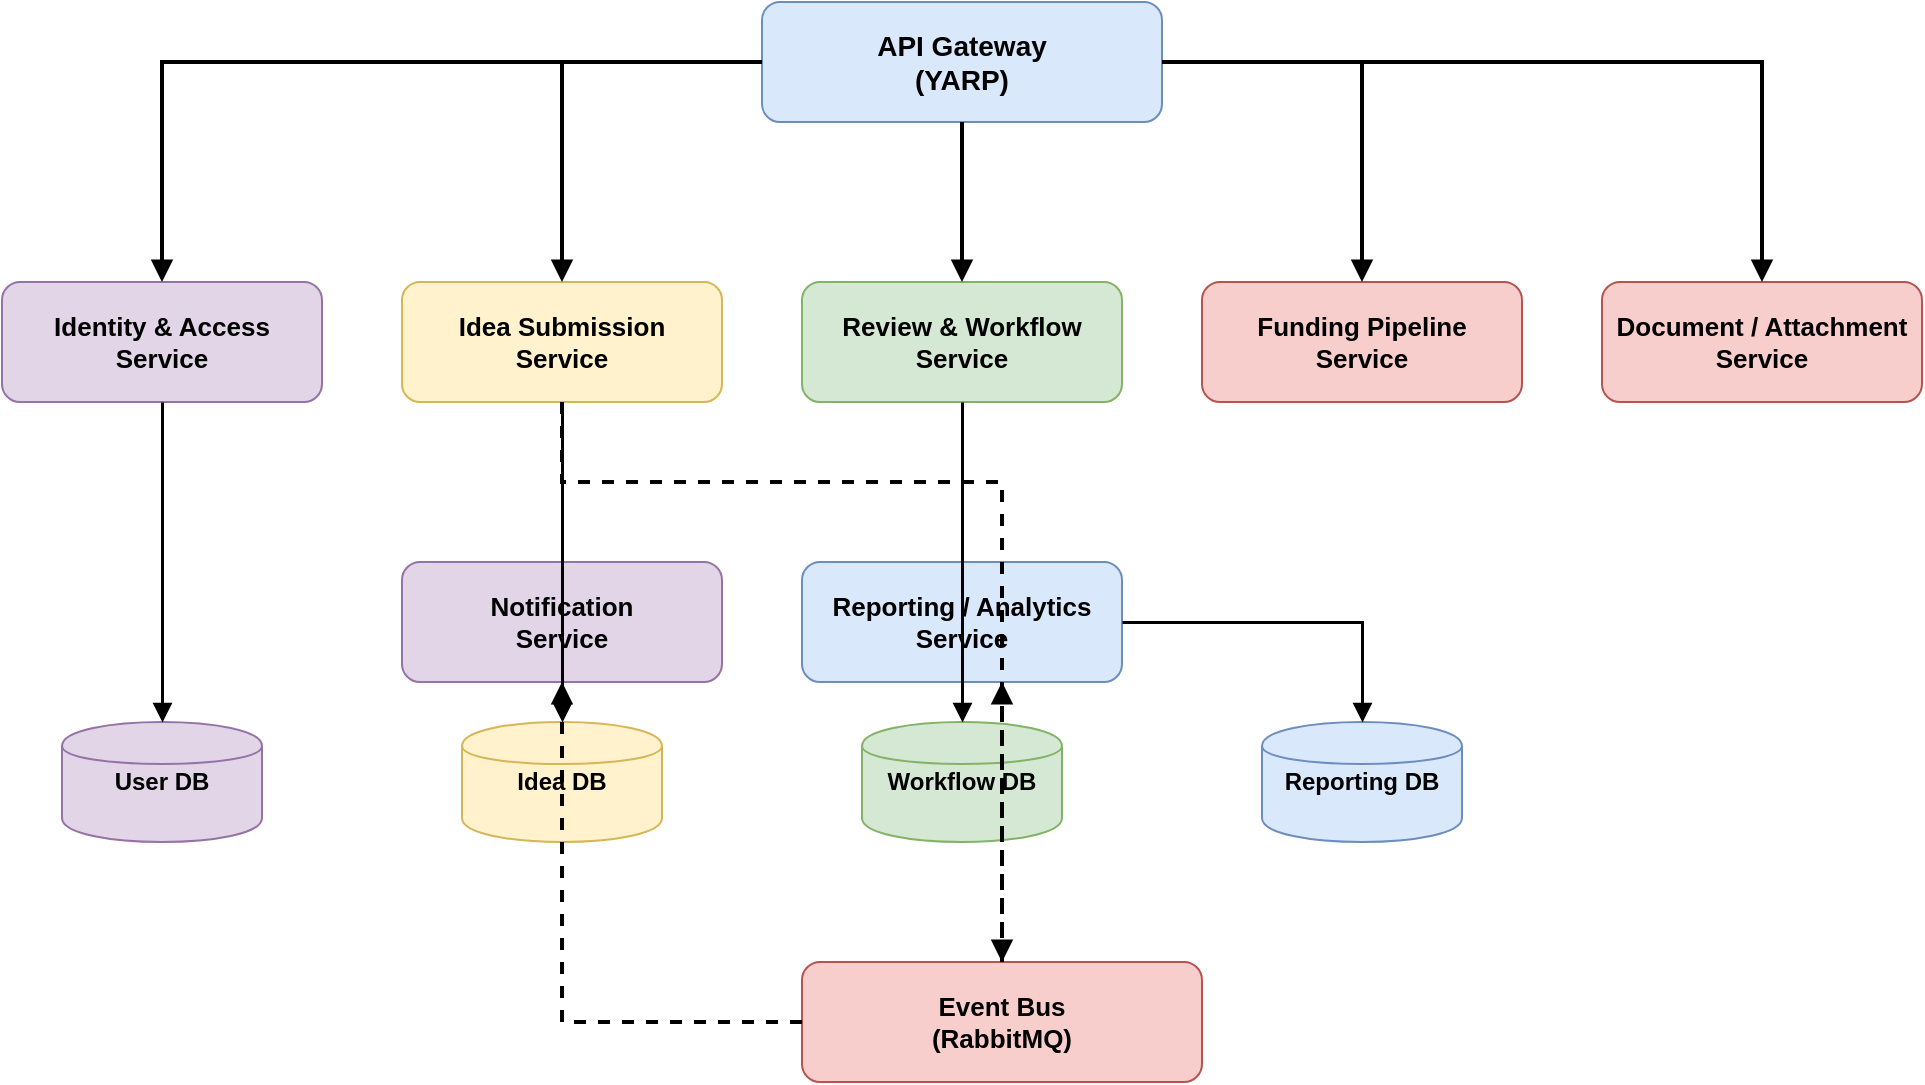
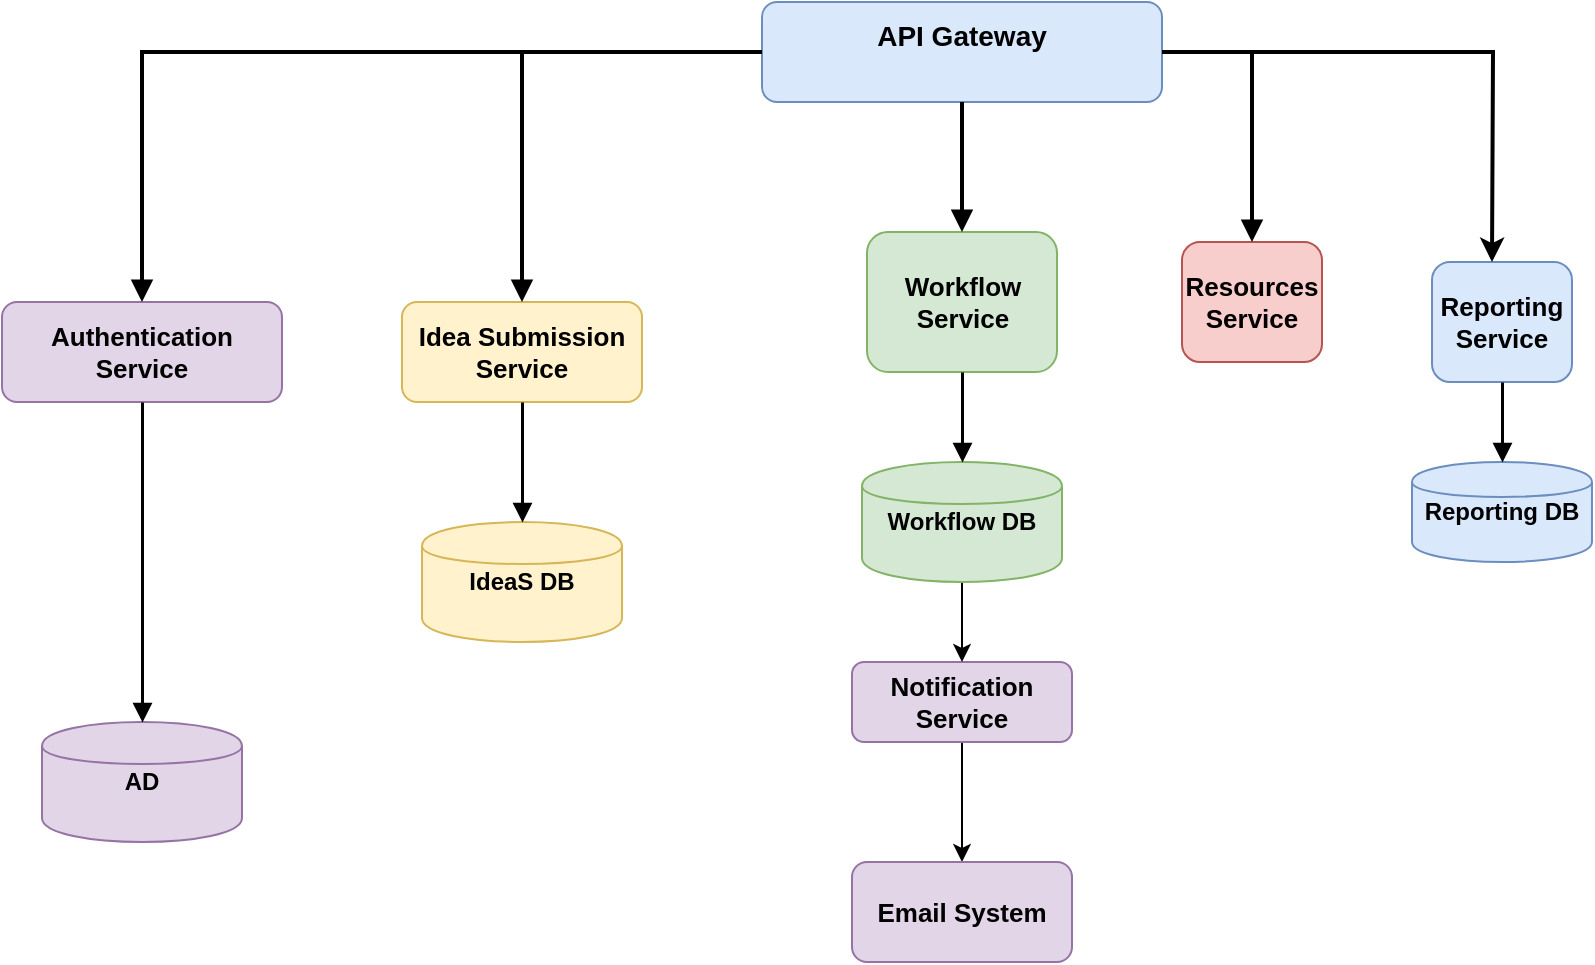
<mxfile host="app.diagrams.net">
  <diagram name="Component Diagram" id="ofJyhm59ttuGTC7J9cs1">
-     <mxGraphModel dx="926" dy="600" grid="1" gridSize="10" guides="1" tooltips="1" connect="1" arrows="1" fold="1" page="1" pageScale="1" pageWidth="850" pageHeight="1100" math="0" shadow="0">
+     <mxGraphModel dx="709" dy="631" grid="1" gridSize="10" guides="1" tooltips="1" connect="1" arrows="1" fold="1" page="1" pageScale="1" pageWidth="850" pageHeight="1100" math="0" shadow="0">
      <root>
        <mxCell id="0" />
        <mxCell id="1" parent="0" />
-         <mxCell id="FVeyp9s3Uj6bQijeIWXI-1" parent="1" style="rounded=1;whiteSpace=wrap;html=1;fillColor=#dae8fc;strokeColor=#6c8ebf;fontSize=14;fontStyle=1;" value="API Gateway&#xa;(YARP)" vertex="1">
-           <mxGeometry height="60" width="200" x="420" y="40" as="geometry" />
+         <mxCell id="FVeyp9s3Uj6bQijeIWXI-1" parent="1" style="rounded=1;whiteSpace=wrap;html=1;fillColor=#dae8fc;strokeColor=#6c8ebf;fontSize=14;fontStyle=1;" value="API Gateway&lt;div&gt;&lt;br/&gt;&lt;/div&gt;" vertex="1">
+           <mxGeometry height="50" width="200" x="420" y="30" as="geometry" />
        </mxCell>
-         <mxCell id="FVeyp9s3Uj6bQijeIWXI-2" parent="1" style="rounded=1;whiteSpace=wrap;html=1;fillColor=#e1d5e7;strokeColor=#9673a6;fontSize=13;fontStyle=1;" value="Identity &amp; Access&#xa;Service" vertex="1">
-           <mxGeometry height="60" width="160" x="40" y="180" as="geometry" />
+         <mxCell id="FVeyp9s3Uj6bQijeIWXI-2" parent="1" style="rounded=1;whiteSpace=wrap;html=1;fillColor=#e1d5e7;strokeColor=#9673a6;fontSize=13;fontStyle=1;" value="Authentication Service" vertex="1">
+           <mxGeometry height="50" width="140" x="40" y="180" as="geometry" />
        </mxCell>
        <mxCell id="FVeyp9s3Uj6bQijeIWXI-3" parent="1" style="rounded=1;whiteSpace=wrap;html=1;fillColor=#fff2cc;strokeColor=#d6b656;fontSize=13;fontStyle=1;" value="Idea Submission&#xa;Service" vertex="1">
-           <mxGeometry height="60" width="160" x="240" y="180" as="geometry" />
+           <mxGeometry height="50" width="120" x="240" y="180" as="geometry" />
        </mxCell>
-         <mxCell id="FVeyp9s3Uj6bQijeIWXI-4" parent="1" style="rounded=1;whiteSpace=wrap;html=1;fillColor=#d5e8d4;strokeColor=#82b366;fontSize=13;fontStyle=1;" value="Review &amp; Workflow&#xa;Service" vertex="1">
-           <mxGeometry height="60" width="160" x="440" y="180" as="geometry" />
+         <mxCell id="FVeyp9s3Uj6bQijeIWXI-4" parent="1" style="rounded=1;whiteSpace=wrap;html=1;fillColor=#d5e8d4;strokeColor=#82b366;fontSize=13;fontStyle=1;" value="Workflow&lt;br&gt;Service" vertex="1">
+           <mxGeometry height="70" width="95" x="472.5" y="145" as="geometry" />
        </mxCell>
-         <mxCell id="FVeyp9s3Uj6bQijeIWXI-5" parent="1" style="rounded=1;whiteSpace=wrap;html=1;fillColor=#f8cecc;strokeColor=#b85450;fontSize=13;fontStyle=1;" value="Funding Pipeline&#xa;Service" vertex="1">
-           <mxGeometry height="60" width="160" x="640" y="180" as="geometry" />
+         <mxCell id="FVeyp9s3Uj6bQijeIWXI-5" parent="1" style="rounded=1;whiteSpace=wrap;html=1;fillColor=#f8cecc;strokeColor=#b85450;fontSize=13;fontStyle=1;" value="Resources Service" vertex="1">
+           <mxGeometry height="60" width="70" x="630" y="150" as="geometry" />
        </mxCell>
-         <mxCell id="FVeyp9s3Uj6bQijeIWXI-6" parent="1" style="rounded=1;whiteSpace=wrap;html=1;fillColor=#f8cecc;strokeColor=#b85450;fontSize=13;fontStyle=1;" value="Document / Attachment&#xa;Service" vertex="1">
-           <mxGeometry height="60" width="160" x="840" y="180" as="geometry" />
+         <mxCell id="BTwBSdXaDdc_FctOBU4h-6" edge="1" parent="1" source="FVeyp9s3Uj6bQijeIWXI-7" style="edgeStyle=orthogonalEdgeStyle;rounded=0;orthogonalLoop=1;jettySize=auto;html=1;" target="BTwBSdXaDdc_FctOBU4h-5" value="">
+           <mxGeometry relative="1" as="geometry" />
        </mxCell>
        <mxCell id="FVeyp9s3Uj6bQijeIWXI-7" parent="1" style="rounded=1;whiteSpace=wrap;html=1;fillColor=#e1d5e7;strokeColor=#9673a6;fontSize=13;fontStyle=1;" value="Notification&#xa;Service" vertex="1">
-           <mxGeometry height="60" width="160" x="240" y="320" as="geometry" />
+           <mxGeometry height="40" width="110" x="465" y="360" as="geometry" />
        </mxCell>
-         <mxCell id="FVeyp9s3Uj6bQijeIWXI-8" parent="1" style="rounded=1;whiteSpace=wrap;html=1;fillColor=#dae8fc;strokeColor=#6c8ebf;fontSize=13;fontStyle=1;" value="Reporting / Analytics&#xa;Service" vertex="1">
-           <mxGeometry height="60" width="160" x="440" y="320" as="geometry" />
+         <mxCell id="FVeyp9s3Uj6bQijeIWXI-8" parent="1" style="rounded=1;whiteSpace=wrap;html=1;fillColor=#dae8fc;strokeColor=#6c8ebf;fontSize=13;fontStyle=1;" value="Reporting Service" vertex="1">
+           <mxGeometry height="60" width="70" x="755" y="160" as="geometry" />
        </mxCell>
-         <mxCell id="FVeyp9s3Uj6bQijeIWXI-9" parent="1" style="shape=cylinder;whiteSpace=wrap;html=1;fillColor=#e1d5e7;strokeColor=#9673a6;fontSize=12;fontStyle=1;" value="User DB" vertex="1">
-           <mxGeometry height="60" width="100" x="70" y="400" as="geometry" />
+         <mxCell id="FVeyp9s3Uj6bQijeIWXI-9" parent="1" style="shape=cylinder;whiteSpace=wrap;html=1;fillColor=#e1d5e7;strokeColor=#9673a6;fontSize=12;fontStyle=1;" value="AD" vertex="1">
+           <mxGeometry height="60" width="100" x="60" y="390" as="geometry" />
        </mxCell>
-         <mxCell id="FVeyp9s3Uj6bQijeIWXI-10" parent="1" style="shape=cylinder;whiteSpace=wrap;html=1;fillColor=#fff2cc;strokeColor=#d6b656;fontSize=12;fontStyle=1;" value="Idea DB" vertex="1">
-           <mxGeometry height="60" width="100" x="270" y="400" as="geometry" />
+         <mxCell id="FVeyp9s3Uj6bQijeIWXI-10" parent="1" style="shape=cylinder;whiteSpace=wrap;html=1;fillColor=#fff2cc;strokeColor=#d6b656;fontSize=12;fontStyle=1;" value="IdeaS DB" vertex="1">
+           <mxGeometry height="60" width="100" x="250" y="290" as="geometry" />
+         </mxCell>
+         <mxCell id="BTwBSdXaDdc_FctOBU4h-2" edge="1" parent="1" source="FVeyp9s3Uj6bQijeIWXI-11" style="edgeStyle=orthogonalEdgeStyle;rounded=0;orthogonalLoop=1;jettySize=auto;html=1;" target="FVeyp9s3Uj6bQijeIWXI-7" value="">
+           <mxGeometry relative="1" as="geometry" />
        </mxCell>
        <mxCell id="FVeyp9s3Uj6bQijeIWXI-11" parent="1" style="shape=cylinder;whiteSpace=wrap;html=1;fillColor=#d5e8d4;strokeColor=#82b366;fontSize=12;fontStyle=1;" value="Workflow DB" vertex="1">
-           <mxGeometry height="60" width="100" x="470" y="400" as="geometry" />
+           <mxGeometry height="60" width="100" x="470" y="260" as="geometry" />
        </mxCell>
        <mxCell id="FVeyp9s3Uj6bQijeIWXI-12" parent="1" style="shape=cylinder;whiteSpace=wrap;html=1;fillColor=#dae8fc;strokeColor=#6c8ebf;fontSize=12;fontStyle=1;" value="Reporting DB" vertex="1">
-           <mxGeometry height="60" width="100" x="670" y="400" as="geometry" />
-         </mxCell>
-         <mxCell id="FVeyp9s3Uj6bQijeIWXI-13" parent="1" style="rounded=1;whiteSpace=wrap;html=1;fillColor=#f8cecc;strokeColor=#b85450;fontSize=13;fontStyle=1;" value="Event Bus&#xa;(RabbitMQ)" vertex="1">
-           <mxGeometry height="60" width="200" x="440" y="520" as="geometry" />
+           <mxGeometry height="50" width="90" x="745" y="260" as="geometry" />
        </mxCell>
        <mxCell id="FVeyp9s3Uj6bQijeIWXI-14" edge="1" parent="1" source="FVeyp9s3Uj6bQijeIWXI-1" style="edgeStyle=orthogonalEdgeStyle;rounded=0;orthogonalLoop=1;jettySize=auto;html=1;strokeWidth=2;endArrow=block;endFill=1;" target="FVeyp9s3Uj6bQijeIWXI-2">
          <mxGeometry relative="1" as="geometry" />
        </mxCell>
        <mxCell id="FVeyp9s3Uj6bQijeIWXI-15" edge="1" parent="1" source="FVeyp9s3Uj6bQijeIWXI-1" style="edgeStyle=orthogonalEdgeStyle;rounded=0;orthogonalLoop=1;jettySize=auto;html=1;strokeWidth=2;endArrow=block;endFill=1;" target="FVeyp9s3Uj6bQijeIWXI-3">
          <mxGeometry relative="1" as="geometry" />
        </mxCell>
        <mxCell id="FVeyp9s3Uj6bQijeIWXI-16" edge="1" parent="1" source="FVeyp9s3Uj6bQijeIWXI-1" style="edgeStyle=orthogonalEdgeStyle;rounded=0;orthogonalLoop=1;jettySize=auto;html=1;strokeWidth=2;endArrow=block;endFill=1;" target="FVeyp9s3Uj6bQijeIWXI-4">
          <mxGeometry relative="1" as="geometry" />
        </mxCell>
        <mxCell id="FVeyp9s3Uj6bQijeIWXI-17" edge="1" parent="1" source="FVeyp9s3Uj6bQijeIWXI-1" style="edgeStyle=orthogonalEdgeStyle;rounded=0;orthogonalLoop=1;jettySize=auto;html=1;strokeWidth=2;endArrow=block;endFill=1;" target="FVeyp9s3Uj6bQijeIWXI-5">
-           <mxGeometry relative="1" as="geometry" />
-         </mxCell>
-         <mxCell id="FVeyp9s3Uj6bQijeIWXI-18" edge="1" parent="1" source="FVeyp9s3Uj6bQijeIWXI-1" style="edgeStyle=orthogonalEdgeStyle;rounded=0;orthogonalLoop=1;jettySize=auto;html=1;strokeWidth=2;endArrow=block;endFill=1;" target="FVeyp9s3Uj6bQijeIWXI-6">
          <mxGeometry relative="1" as="geometry" />
        </mxCell>
        <mxCell id="FVeyp9s3Uj6bQijeIWXI-19" edge="1" parent="1" source="FVeyp9s3Uj6bQijeIWXI-2" style="edgeStyle=orthogonalEdgeStyle;rounded=0;orthogonalLoop=1;jettySize=auto;html=1;strokeWidth=1.5;endArrow=block;endFill=1;" target="FVeyp9s3Uj6bQijeIWXI-9">
          <mxGeometry relative="1" as="geometry" />
        </mxCell>
        <mxCell id="FVeyp9s3Uj6bQijeIWXI-20" edge="1" parent="1" source="FVeyp9s3Uj6bQijeIWXI-3" style="edgeStyle=orthogonalEdgeStyle;rounded=0;orthogonalLoop=1;jettySize=auto;html=1;strokeWidth=1.5;endArrow=block;endFill=1;" target="FVeyp9s3Uj6bQijeIWXI-10">
          <mxGeometry relative="1" as="geometry" />
        </mxCell>
        <mxCell id="FVeyp9s3Uj6bQijeIWXI-21" edge="1" parent="1" source="FVeyp9s3Uj6bQijeIWXI-4" style="edgeStyle=orthogonalEdgeStyle;rounded=0;orthogonalLoop=1;jettySize=auto;html=1;strokeWidth=1.5;endArrow=block;endFill=1;" target="FVeyp9s3Uj6bQijeIWXI-11">
          <mxGeometry relative="1" as="geometry" />
        </mxCell>
        <mxCell id="FVeyp9s3Uj6bQijeIWXI-22" edge="1" parent="1" source="FVeyp9s3Uj6bQijeIWXI-8" style="edgeStyle=orthogonalEdgeStyle;rounded=0;orthogonalLoop=1;jettySize=auto;html=1;strokeWidth=1.5;endArrow=block;endFill=1;" target="FVeyp9s3Uj6bQijeIWXI-12">
          <mxGeometry relative="1" as="geometry" />
        </mxCell>
-         <mxCell id="FVeyp9s3Uj6bQijeIWXI-23" edge="1" parent="1" source="FVeyp9s3Uj6bQijeIWXI-3" style="edgeStyle=orthogonalEdgeStyle;rounded=0;orthogonalLoop=1;jettySize=auto;html=1;strokeWidth=2;dashed=1;endArrow=block;endFill=1;" target="FVeyp9s3Uj6bQijeIWXI-13">
+         <mxCell id="BTwBSdXaDdc_FctOBU4h-3" edge="1" parent="1" source="FVeyp9s3Uj6bQijeIWXI-1" style="edgeStyle=orthogonalEdgeStyle;rounded=0;orthogonalLoop=1;jettySize=auto;html=1;strokeWidth=2;">
          <mxGeometry relative="1" as="geometry">
-             <Array as="points">
-               <mxPoint x="320" y="240" />
-               <mxPoint x="320" y="280" />
-               <mxPoint x="540" y="280" />
-               <mxPoint x="540" y="520" />
-             </Array>
+             <mxPoint x="785" y="160" as="targetPoint" />
          </mxGeometry>
        </mxCell>
-         <mxCell id="FVeyp9s3Uj6bQijeIWXI-24" edge="1" parent="1" source="FVeyp9s3Uj6bQijeIWXI-13" style="edgeStyle=orthogonalEdgeStyle;rounded=0;orthogonalLoop=1;jettySize=auto;html=1;strokeWidth=2;dashed=1;endArrow=block;endFill=1;" target="FVeyp9s3Uj6bQijeIWXI-7">
-           <mxGeometry relative="1" as="geometry">
-             <Array as="points">
-               <mxPoint x="440" y="550" />
-               <mxPoint x="320" y="550" />
-               <mxPoint x="320" y="380" />
-             </Array>
-           </mxGeometry>
-         </mxCell>
-         <mxCell id="FVeyp9s3Uj6bQijeIWXI-25" edge="1" parent="1" source="FVeyp9s3Uj6bQijeIWXI-13" style="edgeStyle=orthogonalEdgeStyle;rounded=0;orthogonalLoop=1;jettySize=auto;html=1;strokeWidth=2;dashed=1;endArrow=block;endFill=1;" target="FVeyp9s3Uj6bQijeIWXI-8">
-           <mxGeometry relative="1" as="geometry">
-             <Array as="points">
-               <mxPoint x="560" y="550" />
-               <mxPoint x="520" y="550" />
-               <mxPoint x="520" y="380" />
-             </Array>
-           </mxGeometry>
+         <mxCell id="BTwBSdXaDdc_FctOBU4h-5" parent="1" style="whiteSpace=wrap;html=1;fontSize=13;fillColor=#e1d5e7;strokeColor=#9673a6;rounded=1;fontStyle=1;" value="Email System" vertex="1">
+           <mxGeometry height="50" width="110" x="465" y="460" as="geometry" />
        </mxCell>
      </root>
    </mxGraphModel>
  </diagram>
</mxfile>
